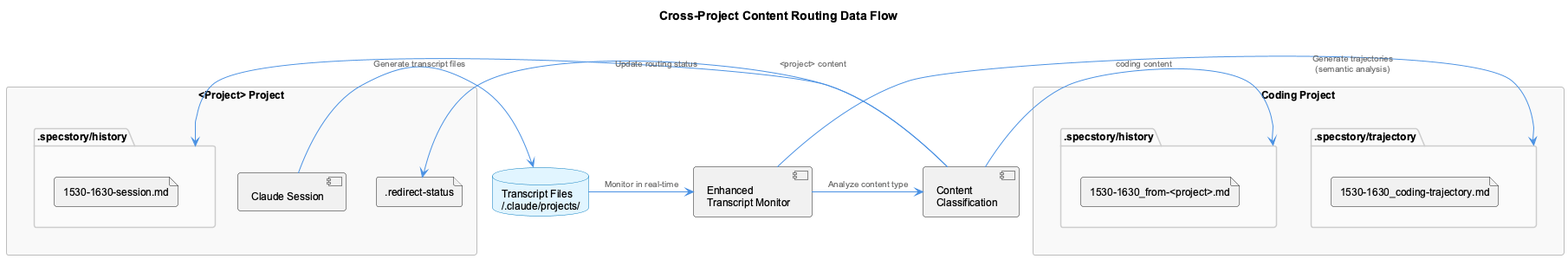
Before: docs-content/images/cross-project-data-flow.png, a diagram exported from PlantUML (fwornle/coding).
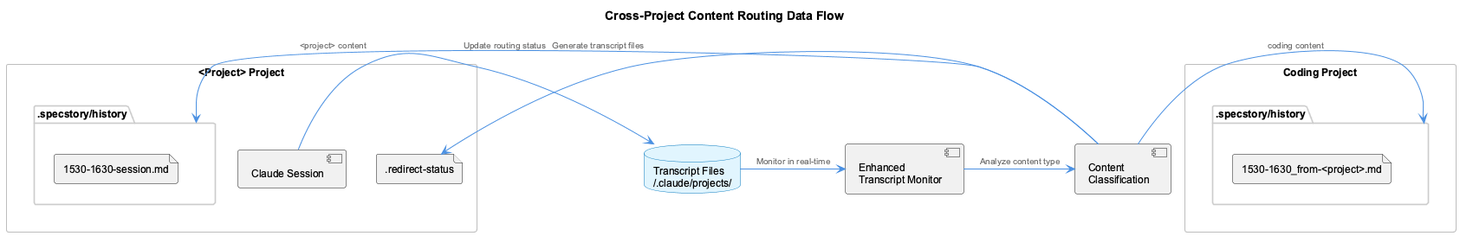
The same file after the commit.

Diff of the diagram source:
```diff
@@ -16,9 +16,6 @@
   folder ".specstory/history" as CodingFiles {
     file "1530-1630_from-<project>.md" as CodingLSL
   }
-  folder ".specstory/trajectory" as TrajectoryFiles {
-    file "1530-1630_coding-trajectory.md" as Trajectory
-  }
 }
 
 component "Enhanced\nTranscript Monitor" as Monitor
@@ -33,8 +30,6 @@
 Classifier -> CodingFiles : coding content
 Classifier -> RedirectStatus : Update routing status
 
-Monitor -> TrajectoryFiles : Generate trajectories\n(semantic analysis)
-
 
 
 @enduml
```
